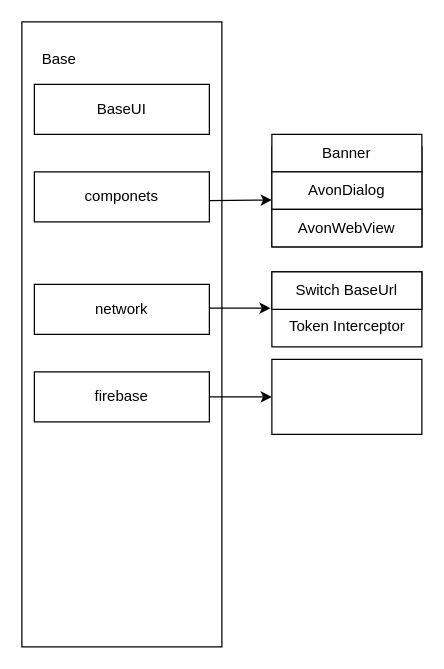
Above: Untitled Diagram.drawio in xiaoyuncanghai/note (draw.io), before the change. Source tidied: cells renumbered, new cells numbered last; positions are measured from the earlier drawing's top-left corner, leaving out a move shared by most shapes. Both pictures are drawn from the tidied source at 125%, with x=0, y=0 at pixel (21, 21).
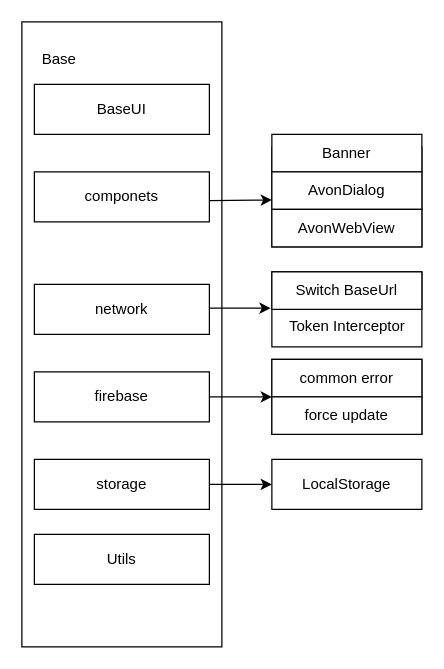
After the change.

The edit, as a diff of the source:
```diff
@@
+    <mxCell id="20" value="common error" style="rounded=0;whiteSpace=wrap;html=1;" parent="1" vertex="1">
+      <mxGeometry x="200" y="270" width="120" height="30" as="geometry" />
+    </mxCell>
+    <mxCell id="21" value="force update" style="rounded=0;whiteSpace=wrap;html=1;" parent="1" vertex="1">
+      <mxGeometry x="200" y="300" width="120" height="30" as="geometry" />
+    </mxCell>
+    <mxCell id="22" value="storage" style="rounded=0;whiteSpace=wrap;html=1;" parent="1" vertex="1">
+      <mxGeometry x="10" y="350" width="140" height="40" as="geometry" />
+    </mxCell>
+    <mxCell id="23" style="endArrow=classic;html=1;" parent="1" edge="1" target="24">
+      <mxGeometry relative="1" as="geometry">
+        <mxPoint x="150" y="370" as="sourcePoint" />
+      </mxGeometry>
+    </mxCell>
+    <mxCell id="24" value="LocalStorage" style="rounded=0;whiteSpace=wrap;html=1;" parent="1" vertex="1">
+      <mxGeometry x="200" y="350" width="120" height="40" as="geometry" />
+    </mxCell>
+    <mxCell id="25" value="Utils" style="rounded=0;whiteSpace=wrap;html=1;" parent="1" vertex="1">
+      <mxGeometry x="10" y="410" width="140" height="40" as="geometry" />
+    </mxCell>
```
